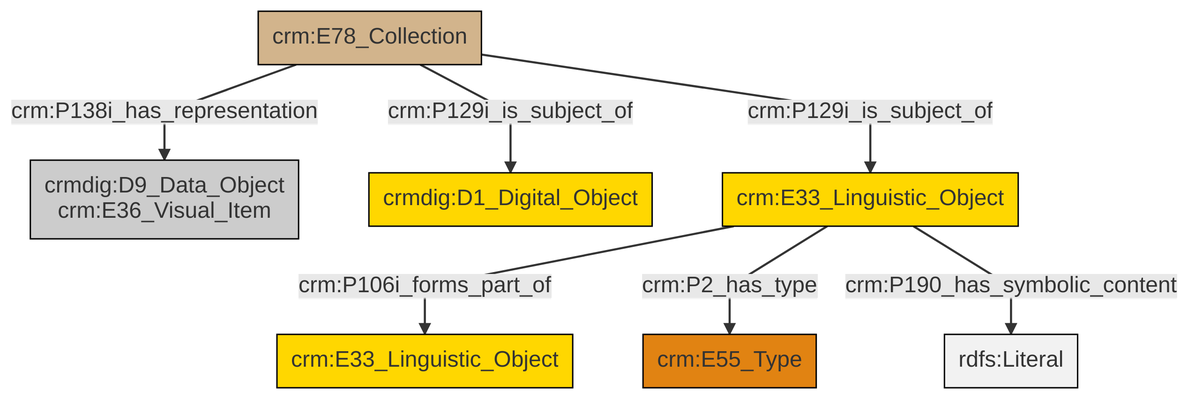
The Mermaid diagram et/archivalCSV/ttl/mmd/png/archival_docs.png in swiss-art-research-net/docs.swissartresearch, before a commit. Its source is kept beside it as et/archivalCSV/ttl/mmd/archival_docs.ttl.mmd.
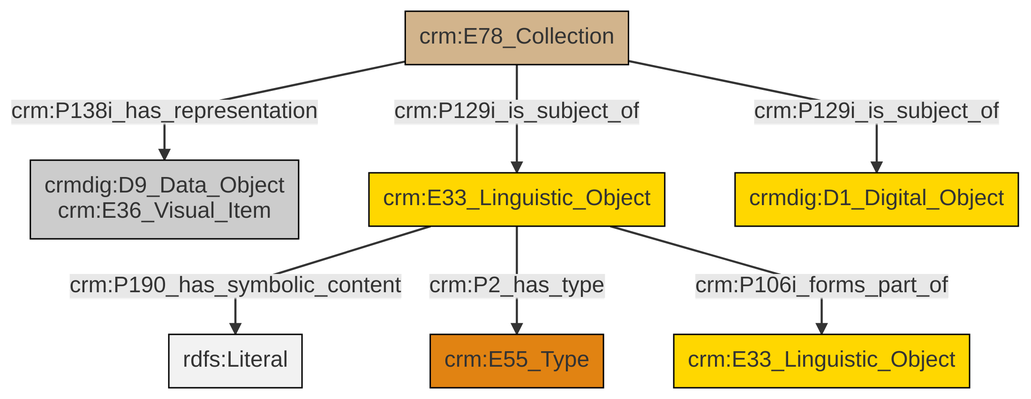
After the commit.

Diff of the diagram source:
```diff
@@ -13,9 +13,9 @@
 classDef PC_Classes fill:#4ce600, stroke:#000000;
 classDef Multi fill:#cccccc,stroke:#000000;
 
-0["crm:E78_Collection"]:::Physical_Thing -->|crm:P138i_has_representation| 1["crmdig:D9_Data_Object<br>crm:E36_Visual_Item"]:::Multi
-0["crm:E78_Collection"]:::Physical_Thing -->|crm:P129i_is_subject_of| 2["crmdig:D1_Digital_Object"]:::Conceptual_Object
-0["crm:E78_Collection"]:::Physical_Thing -->|crm:P129i_is_subject_of| 4["crm:E33_Linguistic_Object"]:::Conceptual_Object
-4["crm:E33_Linguistic_Object"]:::Conceptual_Object -->|crm:P106i_forms_part_of| 8["crm:E33_Linguistic_Object"]:::Conceptual_Object
-4["crm:E33_Linguistic_Object"]:::Conceptual_Object -->|crm:P2_has_type| 6["crm:E55_Type"]:::Type
-4["crm:E33_Linguistic_Object"]:::Conceptual_Object -->|crm:P190_has_symbolic_content| 12[rdfs:Literal]:::Literal
+2["crm:E33_Linguistic_Object"]:::Conceptual_Object -->|crm:P190_has_symbolic_content| 3[rdfs:Literal]:::Literal
+2["crm:E33_Linguistic_Object"]:::Conceptual_Object -->|crm:P2_has_type| 5["crm:E55_Type"]:::Type
+11["crm:E78_Collection"]:::Physical_Thing -->|crm:P129i_is_subject_of| 2["crm:E33_Linguistic_Object"]:::Conceptual_Object
+11["crm:E78_Collection"]:::Physical_Thing -->|crm:P129i_is_subject_of| 8["crmdig:D1_Digital_Object"]:::Conceptual_Object
+2["crm:E33_Linguistic_Object"]:::Conceptual_Object -->|crm:P106i_forms_part_of| 6["crm:E33_Linguistic_Object"]:::Conceptual_Object
+11["crm:E78_Collection"]:::Physical_Thing -->|crm:P138i_has_representation| 0["crmdig:D9_Data_Object<br>crm:E36_Visual_Item"]:::Multi
```
